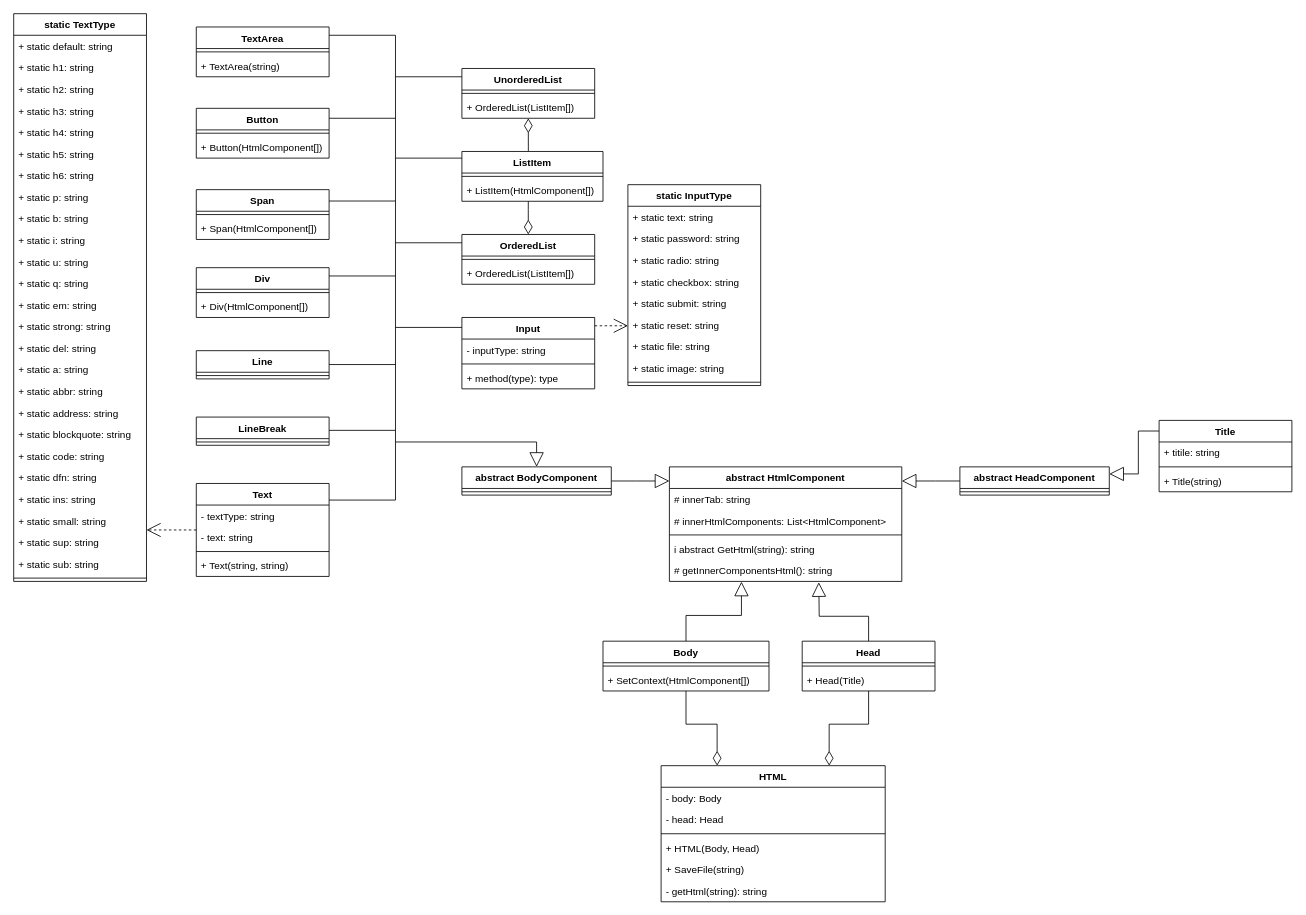
Earlier version of the draw.io diagram Class structure.drawio (Vitaly05/html-creator-library). Source tidied: cells renumbered, new cells numbered last; positions are measured from the earlier drawing's top-left corner, leaving out a move shared by most shapes. Both pictures are drawn from the tidied source at 83%, with x=0, y=0 at pixel (13, 13).
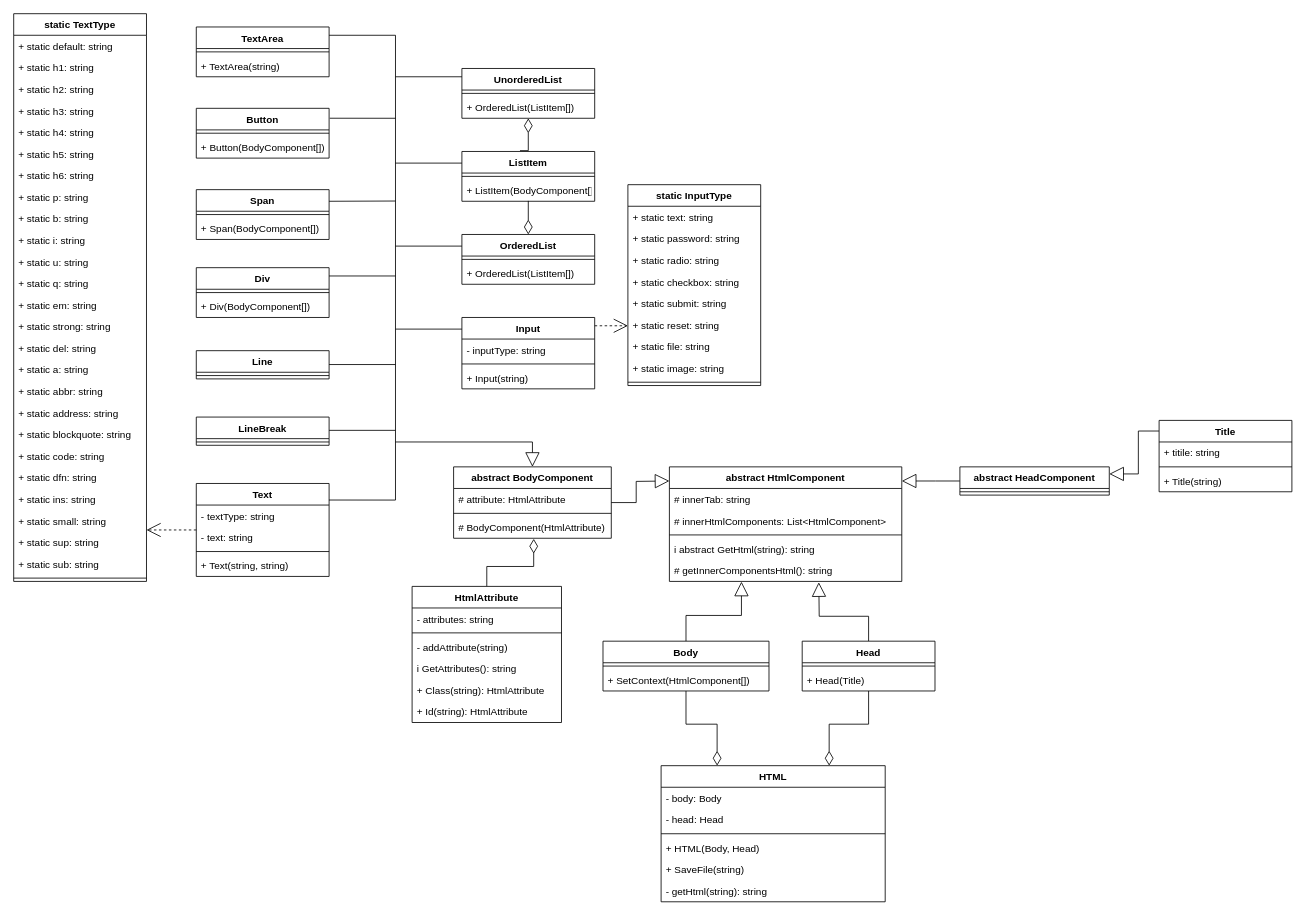
Above is the later version.

The change refers to these unchanged cells:
```xml
<mxCell id="15" value="Button" style="swimlane;fontStyle=1;align=center;verticalAlign=top;horizontal=1;startSize=26;" parent="1" vertex="1">
  <mxGeometry x="220" y="114" width="160" height="60" as="geometry" />
</mxCell>
<mxCell id="29" value="Text" style="swimlane;fontStyle=1;align=center;verticalAlign=top;horizontal=1;startSize=26;" parent="1" vertex="1">
  <mxGeometry x="220" y="566" width="160" height="112" as="geometry" />
</mxCell>
<mxCell id="63" value="Div" style="swimlane;fontStyle=1;align=center;verticalAlign=top;horizontal=1;startSize=26;" parent="1" vertex="1">
  <mxGeometry x="220" y="306" width="160" height="60" as="geometry" />
</mxCell>
<mxCell id="68" value="Input" style="swimlane;fontStyle=1;align=center;verticalAlign=top;horizontal=1;startSize=26;" parent="1" vertex="1">
  <mxGeometry x="540" y="366" width="160" height="86" as="geometry" />
</mxCell>
<mxCell id="82" value="OrderedList" style="swimlane;fontStyle=1;align=center;verticalAlign=top;horizontal=1;startSize=26;" parent="1" vertex="1">
  <mxGeometry x="540" y="266" width="160" height="60" as="geometry" />
</mxCell>
<mxCell id="90" value="Span" style="swimlane;fontStyle=1;align=center;verticalAlign=top;horizontal=1;startSize=26;" parent="1" vertex="1">
  <mxGeometry x="220" y="212" width="160" height="60" as="geometry" />
</mxCell>
<mxCell id="98" value="+ OrderedList(ListItem[])" style="text;strokeColor=none;fillColor=none;align=left;verticalAlign=top;spacingLeft=4;spacingRight=4;overflow=hidden;points=[[0,0.5],[1,0.5]];portConstraint=eastwest;" parent="96" vertex="1">
  <mxGeometry y="34" width="160" height="26" as="geometry" />
</mxCell>
```

Change to the diagram source:
```diff
@@
-    <mxCell id="17" value="+ Button(HtmlComponent[])" style="text;strokeColor=none;fillColor=none;align=left;verticalAlign=top;spacingLeft=4;spacingRight=4;overflow=hidden;" parent="15" vertex="1">
+    <mxCell id="17" value="+ Button(BodyComponent[])" style="text;strokeColor=none;fillColor=none;align=left;verticalAlign=top;spacingLeft=4;spacingRight=4;overflow=hidden;" parent="15" vertex="1">
       <mxGeometry y="34" width="160" height="26" as="geometry" />
     </mxCell>
@@
-    <mxCell id="65" value="+ Div(HtmlComponent[])" style="text;strokeColor=none;fillColor=none;align=left;verticalAlign=top;spacingLeft=4;spacingRight=4;overflow=hidden;" parent="63" vertex="1">
+    <mxCell id="65" value="+ Div(BodyComponent[])" style="text;strokeColor=none;fillColor=none;align=left;verticalAlign=top;spacingLeft=4;spacingRight=4;overflow=hidden;" parent="63" vertex="1">
       <mxGeometry y="34" width="160" height="26" as="geometry" />
     </mxCell>
@@
-    <mxCell id="71" value="+ method(type): type" style="text;strokeColor=none;fillColor=none;align=left;verticalAlign=top;spacingLeft=4;spacingRight=4;overflow=hidden;" parent="68" vertex="1">
+    <mxCell id="71" value="+ Input(string)" style="text;strokeColor=none;fillColor=none;align=left;verticalAlign=top;spacingLeft=4;spacingRight=4;overflow=hidden;" parent="68" vertex="1">
       <mxGeometry y="60" width="160" height="26" as="geometry" />
     </mxCell>
@@
-    <mxCell id="85" style="edgeStyle=orthogonalEdgeStyle;rounded=0;jettySize=auto;html=1;entryX=0.5;entryY=0;entryDx=0;entryDy=0;endArrow=diamondThin;endFill=0;endSize=15;" parent="1" edge="1" source="87" target="82">
-      <mxGeometry relative="1" as="geometry">
-        <Array as="points">
-          <mxPoint x="620" y="236" />
-          <mxPoint x="620" y="236" />
-        </Array>
-      </mxGeometry>
+    <mxCell id="85" style="edgeStyle=orthogonalEdgeStyle;rounded=0;jettySize=auto;html=1;entryX=0.5;entryY=0;entryDx=0;entryDy=0;endArrow=diamondThin;endFill=0;endSize=15;exitX=0.5;exitY=0.981;exitDx=0;exitDy=0;exitPerimeter=0;" parent="1" edge="1" source="89" target="82">
+      <mxGeometry relative="1" as="geometry" />
     </mxCell>
-    <mxCell id="86" style="edgeStyle=orthogonalEdgeStyle;rounded=0;jettySize=auto;html=1;entryX=0.5;entryY=1;entryDx=0;entryDy=0;entryPerimeter=0;endArrow=diamondThin;endFill=0;endSize=15;exitX=0.471;exitY=-0.008;exitDx=0;exitDy=0;exitPerimeter=0;" parent="1" edge="1" source="87" target="98">
-      <mxGeometry relative="1" as="geometry" />
+    <mxCell id="86" style="edgeStyle=orthogonalEdgeStyle;rounded=0;jettySize=auto;html=1;entryX=0.5;entryY=1;entryDx=0;entryDy=0;entryPerimeter=0;endArrow=diamondThin;endFill=0;endSize=15;" parent="1" edge="1" target="98">
+      <mxGeometry relative="1" as="geometry">
+        <mxPoint x="610" y="165" as="sourcePoint" />
+        <Array as="points">
+          <mxPoint x="610" y="165" />
+        </Array>
+      </mxGeometry>
     </mxCell>
     <mxCell id="87" value="ListItem" style="swimlane;fontStyle=1;align=center;verticalAlign=top;horizontal=1;startSize=26;" parent="1" vertex="1">
-      <mxGeometry x="540" y="166" width="170" height="60" as="geometry" />
+      <mxGeometry x="540" y="166" width="160" height="60" as="geometry" />
     </mxCell>
     <mxCell id="88" style="line;strokeWidth=1;fillColor=none;align=left;verticalAlign=middle;spacingTop=-1;spacingLeft=3;spacingRight=3;labelPosition=right;" parent="87" vertex="1">
-      <mxGeometry y="26" width="170" height="8" as="geometry" />
+      <mxGeometry y="26" width="160" height="8" as="geometry" />
     </mxCell>
-    <mxCell id="89" value="+ ListItem(HtmlComponent[])" style="text;strokeColor=none;fillColor=none;align=left;verticalAlign=top;spacingLeft=4;spacingRight=4;overflow=hidden;points=[[0,0.5],[1,0.5]];portConstraint=eastwest;" parent="87" vertex="1">
-      <mxGeometry y="34" width="170" height="26" as="geometry" />
+    <mxCell id="89" value="+ ListItem(BodyComponent[])" style="text;strokeColor=none;fillColor=none;align=left;verticalAlign=top;spacingLeft=4;spacingRight=4;overflow=hidden;points=[[0,0.5],[1,0.5]];portConstraint=eastwest;" parent="87" vertex="1">
+      <mxGeometry y="34" width="160" height="26" as="geometry" />
     </mxCell>
@@
-    <mxCell id="92" value="+ Span(HtmlComponent[])" style="text;strokeColor=none;fillColor=none;align=left;verticalAlign=top;spacingLeft=4;spacingRight=4;overflow=hidden;" parent="90" vertex="1">
+    <mxCell id="92" value="+ Span(BodyComponent[])" style="text;strokeColor=none;fillColor=none;align=left;verticalAlign=top;spacingLeft=4;spacingRight=4;overflow=hidden;" parent="90" vertex="1">
       <mxGeometry y="34" width="160" height="26" as="geometry" />
     </mxCell>
@@
     <mxCell id="105" value="abstract BodyComponent" style="swimlane;fontStyle=1;align=center;verticalAlign=top;horizontal=1;startSize=26;" parent="1" vertex="1">
-      <mxGeometry x="540" y="546" width="180" height="34" as="geometry" />
+      <mxGeometry x="530" y="546" width="190" height="86" as="geometry" />
     </mxCell>
+    <mxCell id="124" value="# attribute: HtmlAttribute" style="text;strokeColor=none;fillColor=none;align=left;verticalAlign=top;spacingLeft=4;spacingRight=4;overflow=hidden;" parent="105" vertex="1">
+      <mxGeometry y="26" width="190" height="26" as="geometry" />
+    </mxCell>
     <mxCell id="106" style="line;strokeWidth=1;fillColor=none;align=left;verticalAlign=middle;spacingTop=-1;spacingLeft=3;spacingRight=3;labelPosition=right;" parent="105" vertex="1">
-      <mxGeometry y="26" width="180" height="8" as="geometry" />
+      <mxGeometry y="52" width="190" height="8" as="geometry" />
     </mxCell>
+    <mxCell id="125" value="# BodyComponent(HtmlAttribute)" style="text;strokeColor=none;fillColor=none;align=left;verticalAlign=top;spacingLeft=4;spacingRight=4;overflow=hidden;points=[[0,0.5],[1,0.5]];portConstraint=eastwest;" parent="105" vertex="1">
+      <mxGeometry y="60" width="190" height="26" as="geometry" />
+    </mxCell>
@@
-    <mxCell id="112" style="endArrow=none;html=1;rounded=0;startSize=15;endSize=15;endFill=0;" parent="1" edge="1">
+    <mxCell id="112" style="endArrow=none;html=1;rounded=0;startSize=15;endSize=15;endFill=0;entryX=1.005;entryY=0.199;entryDx=0;entryDy=0;entryPerimeter=0;" parent="1" edge="1" target="15">
       <mxGeometry relative="1" as="geometry">
         <mxPoint x="460" y="126" as="sourcePoint" />
-        <mxPoint x="380" y="126" as="targetPoint" />
       </mxGeometry>
     </mxCell>
     <mxCell id="113" style="endArrow=none;html=1;rounded=0;startSize=15;endSize=15;endFill=0;" parent="1" edge="1">
       <mxGeometry relative="1" as="geometry">
         <mxPoint x="460" y="225.7" as="sourcePoint" />
-        <mxPoint x="380" y="225.7" as="targetPoint" />
+        <mxPoint x="380" y="226" as="targetPoint" />
       </mxGeometry>
     </mxCell>
@@
-    <mxCell id="117" style="endArrow=none;html=1;rounded=0;startSize=15;endSize=15;endFill=0;" parent="1" edge="1">
+    <mxCell id="117" style="endArrow=none;html=1;rounded=0;startSize=15;endSize=15;endFill=0;entryX=0.999;entryY=0.178;entryDx=0;entryDy=0;entryPerimeter=0;" parent="1" edge="1" target="29">
       <mxGeometry relative="1" as="geometry">
         <mxPoint x="460" y="586" as="sourcePoint" />
-        <mxPoint x="380" y="586" as="targetPoint" />
       </mxGeometry>
     </mxCell>
     <mxCell id="118" style="endArrow=block;html=1;rounded=0;startSize=15;endSize=15;endFill=0;entryX=0.5;entryY=0;entryDx=0;entryDy=0;" parent="1" edge="1" target="105">
       <mxGeometry relative="1" as="geometry">
         <mxPoint x="460" y="516" as="sourcePoint" />
         <Array as="points">
-          <mxPoint x="630" y="516" />
+          <mxPoint x="625" y="516" />
         </Array>
       </mxGeometry>
     </mxCell>
-    <mxCell id="119" style="endArrow=none;html=1;rounded=0;startSize=15;endSize=15;" parent="1" edge="1">
-      <mxGeometry relative="1" as="geometry">
-        <mxPoint x="460" y="378" as="sourcePoint" />
-        <mxPoint x="540" y="378" as="targetPoint" />
-      </mxGeometry>
-    </mxCell>
-    <mxCell id="120" style="endArrow=none;html=1;rounded=0;startSize=15;endSize=15;" parent="1" edge="1">
-      <mxGeometry relative="1" as="geometry">
-        <mxPoint x="460" y="276" as="sourcePoint" />
-        <mxPoint x="540" y="276" as="targetPoint" />
-      </mxGeometry>
-    </mxCell>
-    <mxCell id="121" style="endArrow=none;html=1;rounded=0;startSize=15;endSize=15;" parent="1" edge="1">
-      <mxGeometry relative="1" as="geometry">
-        <mxPoint x="460" y="174" as="sourcePoint" />
-        <mxPoint x="540" y="174" as="targetPoint" />
-      </mxGeometry>
-    </mxCell>
-    <mxCell id="122" style="endArrow=none;html=1;rounded=0;startSize=15;endSize=15;" parent="1" edge="1">
-      <mxGeometry relative="1" as="geometry">
-        <mxPoint x="460" y="76" as="sourcePoint" />
-        <mxPoint x="540" y="76" as="targetPoint" />
-      </mxGeometry>
-    </mxCell>
@@
+    <mxCell id="126" style="edgeStyle=orthogonalEdgeStyle;rounded=0;jettySize=auto;html=1;endArrow=diamondThin;endFill=0;startSize=15;endSize=15;entryX=0.508;entryY=1.025;entryDx=0;entryDy=0;entryPerimeter=0;" parent="1" edge="1" source="127" target="125">
+      <mxGeometry relative="1" as="geometry" />
+    </mxCell>
+    <mxCell id="127" value="HtmlAttribute" style="swimlane;fontStyle=1;align=center;verticalAlign=top;horizontal=1;startSize=26;" parent="1" vertex="1">
+      <mxGeometry x="480" y="690" width="180" height="164" as="geometry" />
+    </mxCell>
+    <mxCell id="128" value="- attributes: string" style="text;strokeColor=none;fillColor=none;align=left;verticalAlign=top;spacingLeft=4;spacingRight=4;overflow=hidden;" parent="127" vertex="1">
+      <mxGeometry y="26" width="180" height="26" as="geometry" />
+    </mxCell>
+    <mxCell id="129" style="line;strokeWidth=1;fillColor=none;align=left;verticalAlign=middle;spacingTop=-1;spacingLeft=3;spacingRight=3;labelPosition=right;" parent="127" vertex="1">
+      <mxGeometry y="52" width="180" height="8" as="geometry" />
+    </mxCell>
+    <mxCell id="130" value="- addAttribute(string)" style="text;strokeColor=none;fillColor=none;align=left;verticalAlign=top;spacingLeft=4;spacingRight=4;overflow=hidden;" parent="127" vertex="1">
+      <mxGeometry y="60" width="180" height="26" as="geometry" />
+    </mxCell>
+    <mxCell id="131" value="i GetAttributes(): string" style="text;strokeColor=none;fillColor=none;align=left;verticalAlign=top;spacingLeft=4;spacingRight=4;overflow=hidden;" parent="127" vertex="1">
+      <mxGeometry y="86" width="180" height="26" as="geometry" />
+    </mxCell>
+    <mxCell id="132" value="+ Class(string): HtmlAttribute" style="text;strokeColor=none;fillColor=none;align=left;verticalAlign=top;spacingLeft=4;spacingRight=4;overflow=hidden;" parent="127" vertex="1">
+      <mxGeometry y="112" width="180" height="26" as="geometry" />
+    </mxCell>
+    <mxCell id="133" value="+ Id(string): HtmlAttribute" style="text;strokeColor=none;fillColor=none;align=left;verticalAlign=top;spacingLeft=4;spacingRight=4;overflow=hidden;" parent="127" vertex="1">
+      <mxGeometry y="138" width="180" height="26" as="geometry" />
+    </mxCell>
+    <mxCell id="134" style="endArrow=none;html=1;rounded=0;startSize=15;endSize=15;" parent="1" edge="1">
+      <mxGeometry relative="1" as="geometry">
+        <mxPoint x="460" y="380" as="sourcePoint" />
+        <mxPoint x="540" y="380" as="targetPoint" />
+      </mxGeometry>
+    </mxCell>
+    <mxCell id="135" style="endArrow=none;html=1;rounded=0;startSize=15;endSize=15;" parent="1" edge="1">
+      <mxGeometry relative="1" as="geometry">
+        <mxPoint x="460" y="280" as="sourcePoint" />
+        <mxPoint x="540" y="280" as="targetPoint" />
+      </mxGeometry>
+    </mxCell>
+    <mxCell id="136" style="endArrow=none;html=1;rounded=0;startSize=15;endSize=15;" parent="1" edge="1">
+      <mxGeometry relative="1" as="geometry">
+        <mxPoint x="460" y="180" as="sourcePoint" />
+        <mxPoint x="540" y="180" as="targetPoint" />
+      </mxGeometry>
+    </mxCell>
+    <mxCell id="137" style="endArrow=none;html=1;rounded=0;startSize=15;endSize=15;" parent="1" edge="1">
+      <mxGeometry relative="1" as="geometry">
+        <mxPoint x="460" y="76" as="sourcePoint" />
+        <mxPoint x="540" y="76" as="targetPoint" />
+      </mxGeometry>
+    </mxCell>
```
